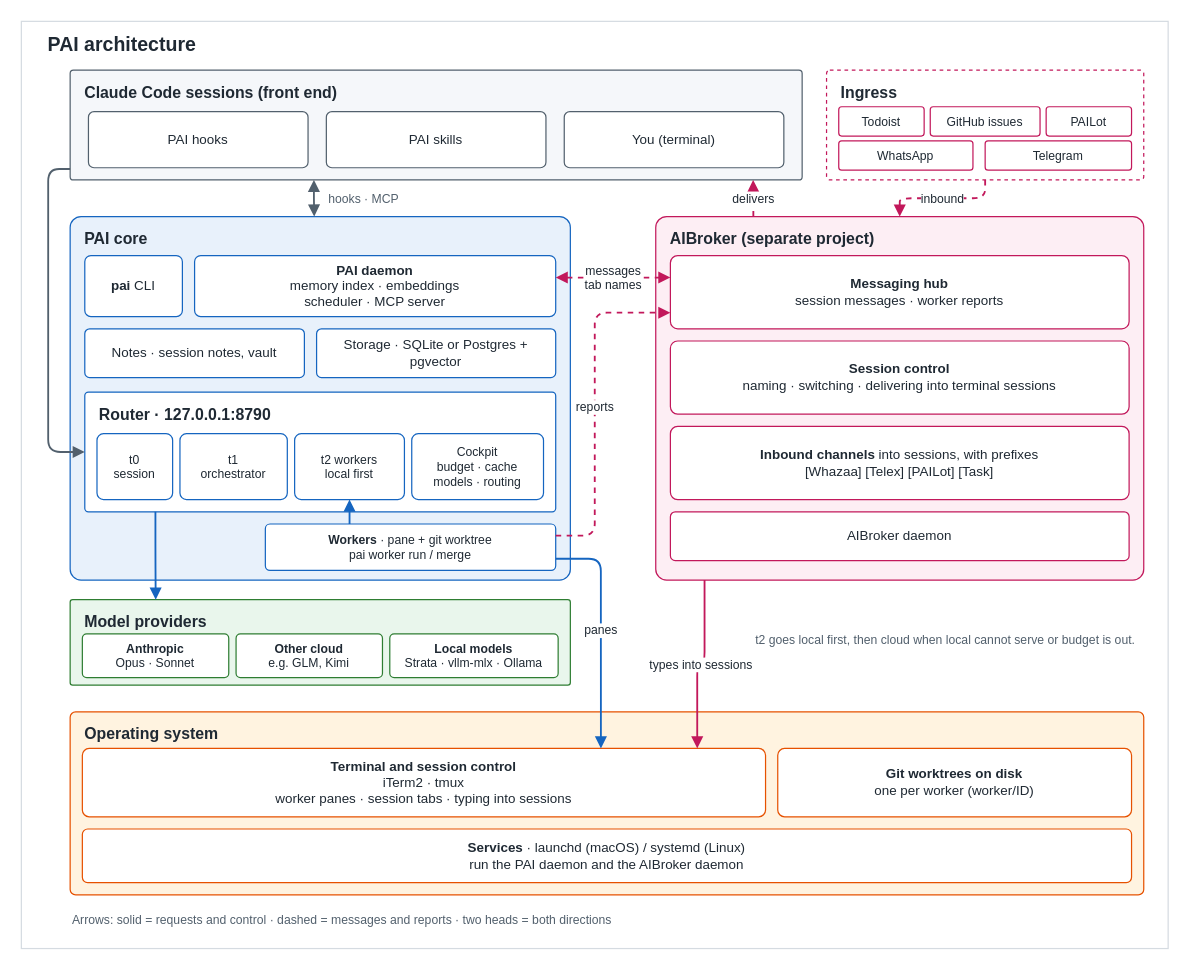
Earlier version of the draw.io diagram docs/images/architecture.drawio (mnott/PAI). Source tidied: cells renumbered, new cells numbered last; positions are measured from the earlier drawing's top-left corner, leaving out a move shared by most shapes. Both pictures are drawn from the tidied source at 122%, with x=0, y=0 at pixel (21, 21).
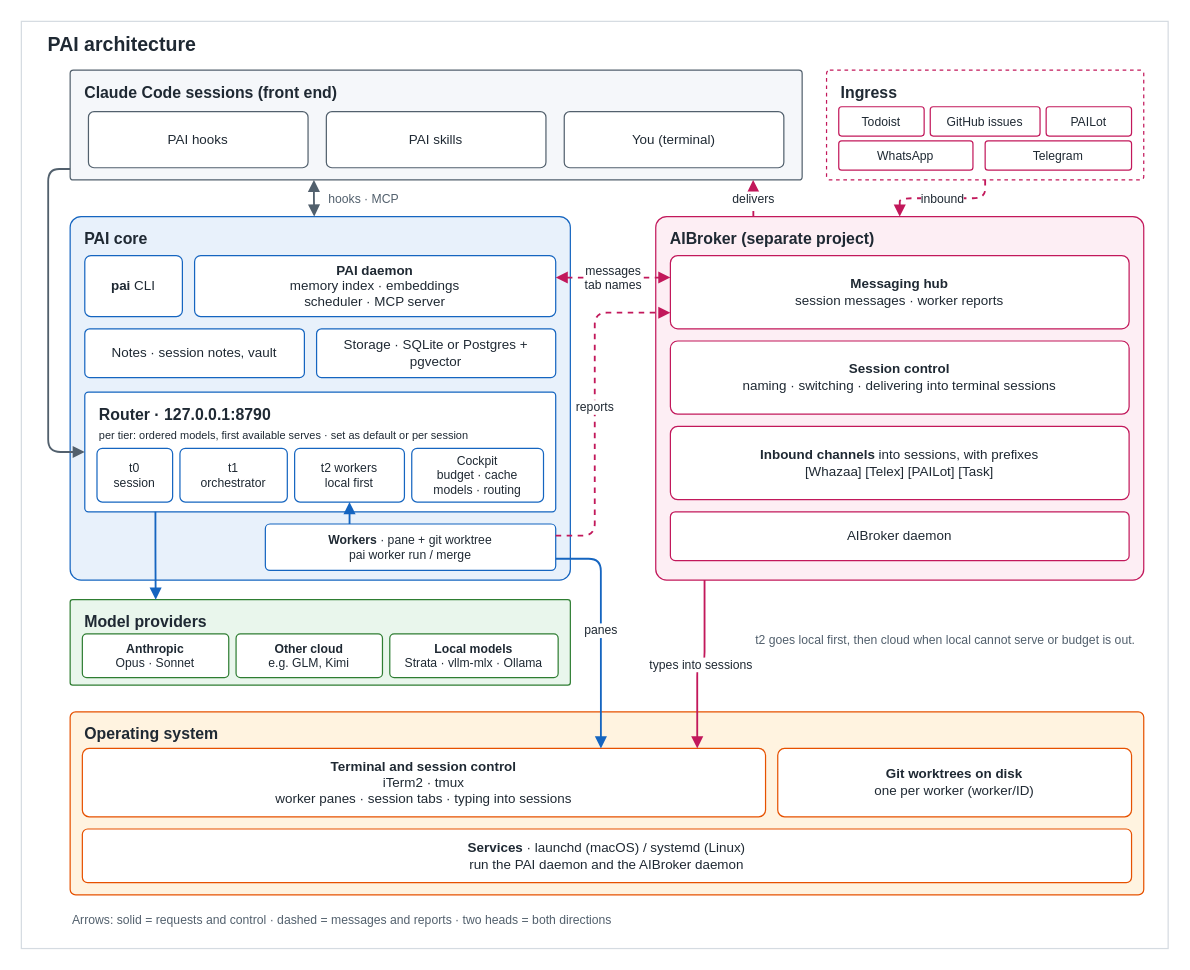
After the change.

Commit message (it also covers changes not shown here):
docs: architecture diagram shows router tiers are configurable per default and per session

What changed in the source:
```diff
@@
-    <mxCell id="19" value="Router · 127.0.0.1:8790" style="rounded=1;arcSize=3;whiteSpace=wrap;html=1;fillColor=#ffffff;strokeColor=#1565c0;fontColor=#1f2933;fontSize=13;fontStyle=1;verticalAlign=top;align=left;spacingLeft=10;spacingTop=4;" parent="1" vertex="1">
+    <mxCell id="19" value="Router · 127.0.0.1:8790&lt;br&gt;&lt;font style=&quot;font-size:9px;font-weight:normal&quot;&gt;per tier: ordered models, first available serves · set as default or per session&lt;/font&gt;" style="rounded=1;arcSize=3;whiteSpace=wrap;html=1;fillColor=#ffffff;strokeColor=#1565c0;fontColor=#1f2933;fontSize=13;fontStyle=1;verticalAlign=top;align=left;spacingLeft=10;spacingTop=4;" parent="1" vertex="1">
       <mxGeometry x="52" y="304" width="386" height="98" as="geometry" />
     </mxCell>
     <mxCell id="20" value="t0&lt;br&gt;session" style="rounded=1;arcSize=10;whiteSpace=wrap;html=1;fillColor=#ffffff;strokeColor=#1565c0;fontColor=#1f2933;fontSize=10;" parent="1" vertex="1">
-      <mxGeometry x="62" y="338" width="62" height="54" as="geometry" />
+      <mxGeometry x="62" y="350" width="62" height="44" as="geometry" />
     </mxCell>
     <mxCell id="21" value="t1&lt;br&gt;orchestrator" style="rounded=1;arcSize=10;whiteSpace=wrap;html=1;fillColor=#ffffff;strokeColor=#1565c0;fontColor=#1f2933;fontSize=10;" parent="1" vertex="1">
-      <mxGeometry x="130" y="338" width="88" height="54" as="geometry" />
+      <mxGeometry x="130" y="350" width="88" height="44" as="geometry" />
     </mxCell>
     <mxCell id="22" value="t2 workers&lt;br&gt;local first" style="rounded=1;arcSize=10;whiteSpace=wrap;html=1;fillColor=#ffffff;strokeColor=#1565c0;fontColor=#1f2933;fontSize=10;" parent="1" vertex="1">
-      <mxGeometry x="224" y="338" width="90" height="54" as="geometry" />
+      <mxGeometry x="224" y="350" width="90" height="44" as="geometry" />
     </mxCell>
     <mxCell id="23" value="Cockpit&lt;br&gt;budget · cache&lt;br&gt;models · routing" style="rounded=1;arcSize=10;whiteSpace=wrap;html=1;fillColor=#ffffff;strokeColor=#1565c0;fontColor=#1f2933;fontSize=10;" parent="1" vertex="1">
-      <mxGeometry x="320" y="338" width="108" height="54" as="geometry" />
+      <mxGeometry x="320" y="350" width="108" height="44" as="geometry" />
     </mxCell>
```
